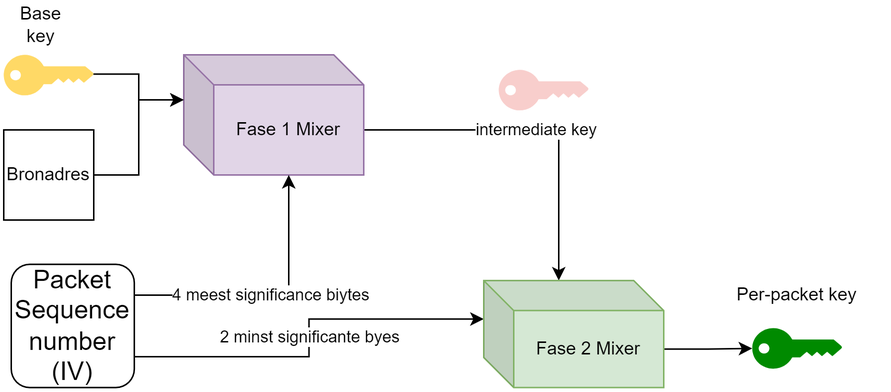
Earlier version of the draw.io export Manuscript/assets/wifi/mixing.png (timdams/cyberboswachters_boek). Source tidied: cells renumbered, new cells last; positions are measured from the earlier drawing's top-left corner, leaving out a move shared by most shapes. Source of this version:
```xml
<mxGraphModel>
  <root>
    <mxCell id="0" />
    <mxCell id="1" parent="0" />
    <mxCell id="2" value="intermediate key" style="edgeStyle=orthogonalEdgeStyle;rounded=0;jettySize=auto;html=1;exitX=0;exitY=0;exitDx=120;exitDy=50;exitPerimeter=0;entryX=0;entryY=0;entryDx=50;entryDy=0;entryPerimeter=0;strokeColor=#000000;" parent="1" edge="1" source="3" target="13">
      <mxGeometry relative="1" as="geometry" />
    </mxCell>
    <mxCell id="3" value="Fase 1 Mixer" style="shape=cube;whiteSpace=wrap;html=1;boundedLbl=1;backgroundOutline=1;darkOpacity=0.05;darkOpacity2=0.1;fillColor=#e1d5e7;strokeColor=#9673a6;" parent="1" vertex="1">
      <mxGeometry x="120" y="30" width="120" height="80" as="geometry" />
    </mxCell>
    <mxCell id="4" style="edgeStyle=orthogonalEdgeStyle;rounded=0;jettySize=auto;html=1;exitX=0.995;exitY=0.475;exitDx=0;exitDy=0;exitPerimeter=0;entryX=0;entryY=0;entryDx=0;entryDy=30;entryPerimeter=0;strokeColor=#000000;" parent="1" edge="1" source="5" target="3">
      <mxGeometry relative="1" as="geometry" />
    </mxCell>
    <mxCell id="5" style="points=[[0,0.5,0],[0.24,0,0],[0.5,0.28,0],[0.995,0.475,0],[0.5,0.72,0],[0.24,1,0]];verticalLabelPosition=bottom;html=1;verticalAlign=top;align=center;shape=mxgraph.cisco19.key;rounded=1;shadow=0;fontFamily=Verdana;fontSize=16;fillColor=#FFD966;" parent="1" vertex="1">
      <mxGeometry y="30" width="60" height="27" as="geometry" />
    </mxCell>
    <mxCell id="6" value="4 meest significance biytes" style="edgeStyle=orthogonalEdgeStyle;rounded=0;jettySize=auto;html=1;exitX=1;exitY=0.25;exitDx=0;exitDy=0;entryX=0;entryY=0;entryDx=70;entryDy=80;entryPerimeter=0;strokeColor=#000000;" parent="1" edge="1" source="8" target="3">
      <mxGeometry relative="1" as="geometry" />
    </mxCell>
    <mxCell id="7" value="2 minst significante byes" style="edgeStyle=orthogonalEdgeStyle;rounded=0;jettySize=auto;html=1;exitX=1;exitY=0.75;exitDx=0;exitDy=0;entryX=0;entryY=0;entryDx=0;entryDy=25.625;entryPerimeter=0;strokeColor=#000000;" parent="1" edge="1" source="8" target="13">
      <mxGeometry relative="1" as="geometry" />
    </mxCell>
    <mxCell id="8" value="Packet Sequence number (IV)" style="whiteSpace=wrap;html=1;rounded=1;strokeWidth=1;fontSize=17;align=center;glass=0;shadow=0;sketch=0;" parent="1" vertex="1">
      <mxGeometry x="5" y="169.5" width="82" height="82" as="geometry" />
    </mxCell>
    <mxCell id="9" value="Base key" style="text;html=1;strokeColor=none;fillColor=none;align=center;verticalAlign=middle;whiteSpace=wrap;rounded=0;" parent="1" vertex="1">
      <mxGeometry x="5" width="40" height="20" as="geometry" />
    </mxCell>
    <mxCell id="10" style="edgeStyle=orthogonalEdgeStyle;rounded=0;jettySize=auto;html=1;exitX=1;exitY=0.5;exitDx=0;exitDy=0;entryX=0;entryY=0;entryDx=0;entryDy=30;entryPerimeter=0;strokeColor=#000000;" parent="1" edge="1" source="11" target="3">
      <mxGeometry relative="1" as="geometry" />
    </mxCell>
    <mxCell id="11" value="Bronadres" style="rounded=0;whiteSpace=wrap;html=1;" parent="1" vertex="1">
      <mxGeometry y="80" width="60" height="60" as="geometry" />
    </mxCell>
    <mxCell id="12" style="edgeStyle=orthogonalEdgeStyle;rounded=0;jettySize=auto;html=1;exitX=0;exitY=0;exitDx=120;exitDy=45.625;exitPerimeter=0;entryX=0;entryY=0.5;entryDx=0;entryDy=0;entryPerimeter=0;strokeColor=#000000;" parent="1" edge="1" source="13" target="15">
      <mxGeometry relative="1" as="geometry" />
    </mxCell>
    <mxCell id="13" value="Fase 2 Mixer" style="shape=cube;whiteSpace=wrap;html=1;boundedLbl=1;backgroundOutline=1;darkOpacity=0.05;darkOpacity2=0.1;fillColor=#d5e8d4;strokeColor=#82b366;" parent="1" vertex="1">
      <mxGeometry x="320" y="180.3" width="120" height="71.2" as="geometry" />
    </mxCell>
    <mxCell id="14" style="verticalLabelPosition=bottom;html=1;verticalAlign=top;align=center;shape=mxgraph.cisco19.key;rounded=1;shadow=0;fontFamily=Verdana;fontSize=16;fillColor=#f8cecc;strokeColor=#b85450;" parent="1" vertex="1">
      <mxGeometry x="330" y="40" width="60" height="27" as="geometry" />
    </mxCell>
    <mxCell id="15" style="points=[[0,0.5,0],[0.24,0,0],[0.5,0.28,0],[0.995,0.475,0],[0.5,0.72,0],[0.24,1,0]];verticalLabelPosition=bottom;html=1;verticalAlign=top;align=center;shape=mxgraph.cisco19.key;rounded=1;shadow=0;fontFamily=Verdana;fontSize=16;fillColor=#008a00;strokeColor=#005700;strokeWidth=2;fontColor=#ffffff;" parent="1" vertex="1">
      <mxGeometry x="499" y="212" width="60" height="27" as="geometry" />
    </mxCell>
    <mxCell id="16" value="Per-packet key" style="text;html=1;strokeColor=none;fillColor=none;align=center;verticalAlign=middle;whiteSpace=wrap;rounded=0;" parent="1" vertex="1">
      <mxGeometry x="469" y="180.3" width="120" height="20" as="geometry" />
    </mxCell>
  </root>
</mxGraphModel>
```
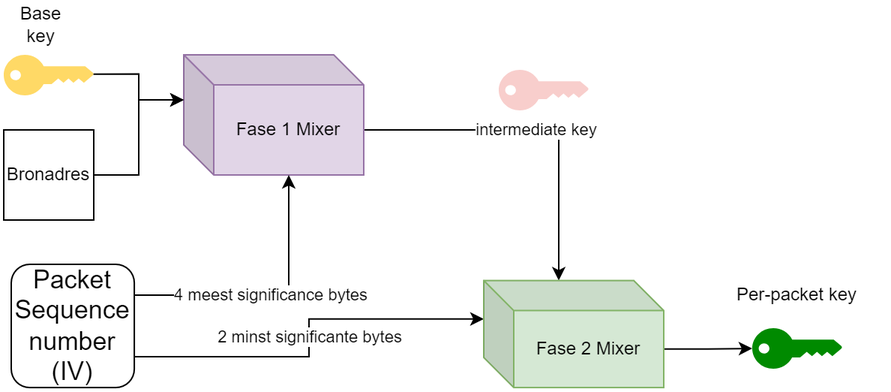
Above is the later version.

The edit, as a diff of the source:
```diff
@@ -14,10 +14,10 @@
     <mxCell id="5" style="points=[[0,0.5,0],[0.24,0,0],[0.5,0.28,0],[0.995,0.475,0],[0.5,0.72,0],[0.24,1,0]];verticalLabelPosition=bottom;html=1;verticalAlign=top;align=center;shape=mxgraph.cisco19.key;rounded=1;shadow=0;fontFamily=Verdana;fontSize=16;fillColor=#FFD966;" parent="1" vertex="1">
       <mxGeometry y="30" width="60" height="27" as="geometry" />
     </mxCell>
-    <mxCell id="6" value="4 meest significance biytes" style="edgeStyle=orthogonalEdgeStyle;rounded=0;jettySize=auto;html=1;exitX=1;exitY=0.25;exitDx=0;exitDy=0;entryX=0;entryY=0;entryDx=70;entryDy=80;entryPerimeter=0;strokeColor=#000000;" parent="1" edge="1" source="8" target="3">
+    <mxCell id="6" value="4 meest significance bytes" style="edgeStyle=orthogonalEdgeStyle;rounded=0;jettySize=auto;html=1;exitX=1;exitY=0.25;exitDx=0;exitDy=0;entryX=0;entryY=0;entryDx=70;entryDy=80;entryPerimeter=0;strokeColor=#000000;" parent="1" edge="1" source="8" target="3">
       <mxGeometry relative="1" as="geometry" />
     </mxCell>
-    <mxCell id="7" value="2 minst significante byes" style="edgeStyle=orthogonalEdgeStyle;rounded=0;jettySize=auto;html=1;exitX=1;exitY=0.75;exitDx=0;exitDy=0;entryX=0;entryY=0;entryDx=0;entryDy=25.625;entryPerimeter=0;strokeColor=#000000;" parent="1" edge="1" source="8" target="13">
+    <mxCell id="7" value="2 minst significante bytes" style="edgeStyle=orthogonalEdgeStyle;rounded=0;jettySize=auto;html=1;exitX=1;exitY=0.75;exitDx=0;exitDy=0;entryX=0;entryY=0;entryDx=0;entryDy=25.625;entryPerimeter=0;strokeColor=#000000;" parent="1" edge="1" source="8" target="13">
       <mxGeometry relative="1" as="geometry" />
     </mxCell>
     <mxCell id="8" value="Packet Sequence number (IV)" style="whiteSpace=wrap;html=1;rounded=1;strokeWidth=1;fontSize=17;align=center;glass=0;shadow=0;sketch=0;" parent="1" vertex="1">
```
